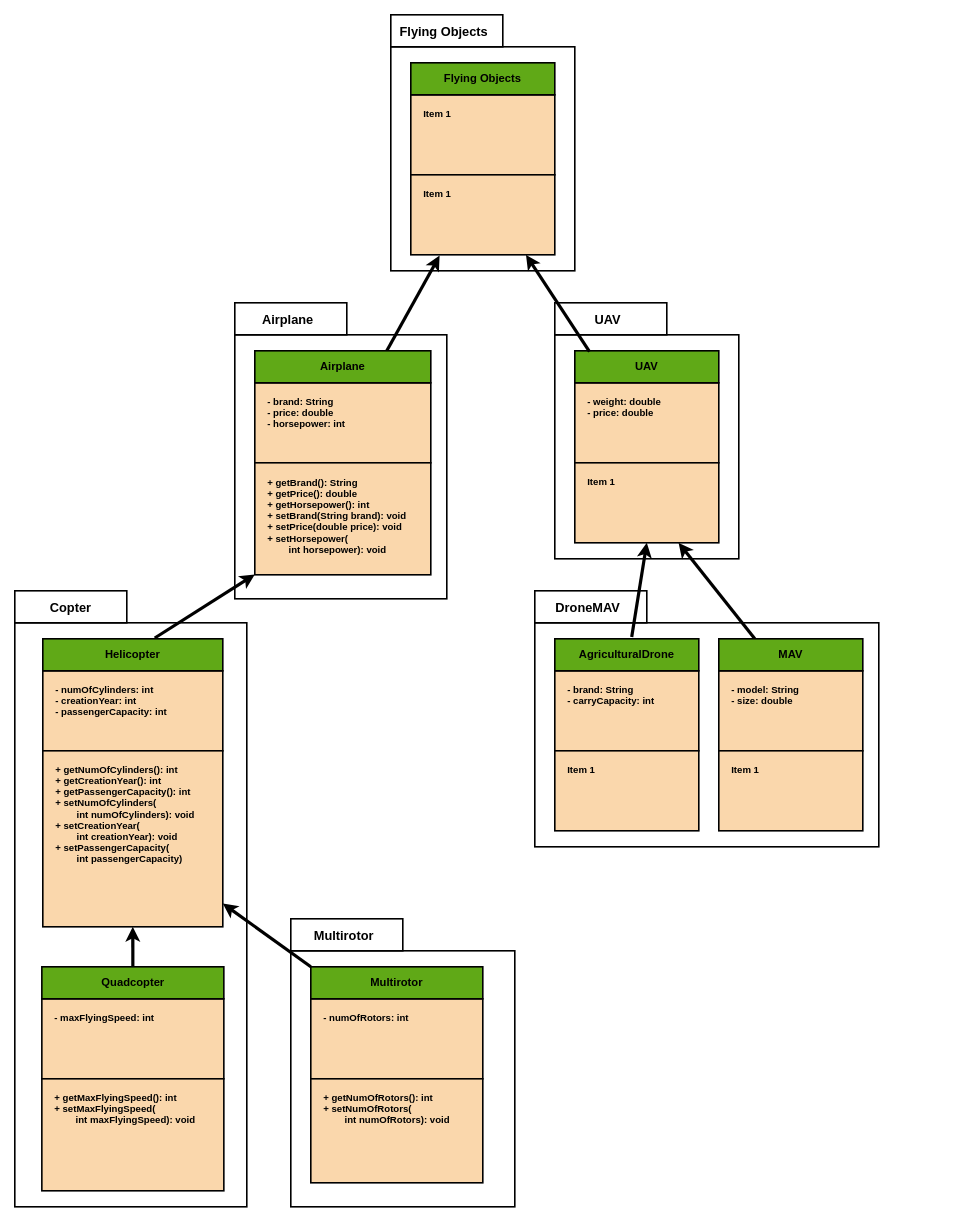
This is UML.drawio from xjetam/Assignment-2-Comp249, a draw.io file, before an edit. Source tidied: cells renumbered, new cells numbered last; positions are measured from the earlier drawing's top-left corner, leaving out a move shared by most shapes. Both pictures are drawn from the tidied source at 80%, with x=0, y=0 at pixel (14, 14).
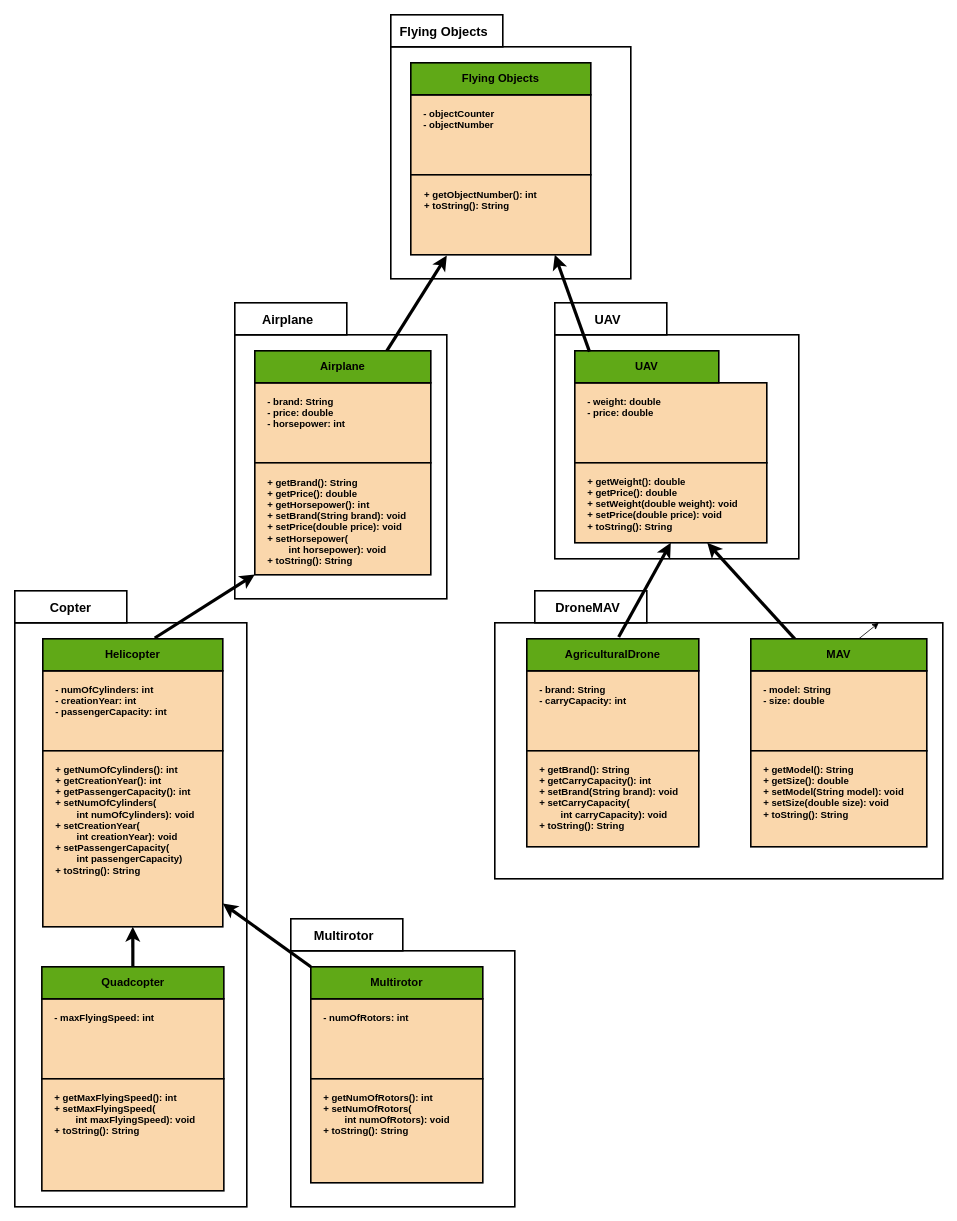
Above is the later version.

Commit message (it also covers changes not shown here):
Added objectNumber attribute to all classes and finished UML

The edit, as a diff of the source:
```diff
@@
+    <mxCell id="5" style="rounded=0;whiteSpace=wrap;html=1;labelBackgroundColor=none;fontColor=#000000;strokeColor=#000000;strokeWidth=2;fillColor=none;" parent="1" vertex="1">
+      <mxGeometry x="470" y="40" width="300" height="290" as="geometry" />
+    </mxCell>
@@
     <mxCell id="3" style="rounded=0;whiteSpace=wrap;html=1;labelBackgroundColor=none;fontColor=#000000;strokeColor=#000000;strokeWidth=2;fillColor=none;" parent="1" vertex="1">
-      <mxGeometry x="650" y="760" width="430" height="280" as="geometry" />
+      <mxGeometry x="600" y="760" width="560" height="320" as="geometry" />
     </mxCell>
@@
-    <mxCell id="5" style="rounded=0;whiteSpace=wrap;html=1;labelBackgroundColor=none;fontColor=#000000;strokeColor=#000000;strokeWidth=2;fillColor=none;" parent="1" vertex="1">
-      <mxGeometry x="470" y="40" width="230" height="280" as="geometry" />
-    </mxCell>
     <mxCell id="6" style="rounded=0;whiteSpace=wrap;html=1;labelBackgroundColor=none;strokeWidth=2;fillColor=#fad7ac;strokeColor=#000000;" parent="1" vertex="1">
-      <mxGeometry x="495" y="100" width="180" height="100" as="geometry" />
+      <mxGeometry x="495" y="100" width="225" height="100" as="geometry" />
     </mxCell>
-    <mxCell id="7" value="Item 1" style="text;strokeColor=none;fillColor=none;align=left;verticalAlign=top;spacingLeft=4;spacingRight=4;overflow=hidden;labelBackgroundColor=none;fontColor=#000000;fontStyle=1;" parent="1" vertex="1">
+    <mxCell id="7" value="- objectCounter&#10;- objectNumber" style="text;strokeColor=none;fillColor=none;align=left;verticalAlign=top;spacingLeft=4;spacingRight=4;overflow=hidden;labelBackgroundColor=none;fontColor=#000000;fontStyle=1;" parent="1" vertex="1">
       <mxGeometry x="505" y="110" width="120" height="80" as="geometry" />
     </mxCell>
     <mxCell id="8" value="&lt;font color=&quot;#000000&quot; size=&quot;1&quot;&gt;&lt;b style=&quot;font-size: 14px&quot;&gt;Flying Objects&lt;/b&gt;&lt;/font&gt;" style="rounded=0;whiteSpace=wrap;html=1;labelBackgroundColor=none;strokeColor=#000000;strokeWidth=2;fillColor=#60a917;fontColor=#ffffff;" parent="1" vertex="1">
-      <mxGeometry x="495" y="60" width="180" height="40" as="geometry" />
+      <mxGeometry x="495" y="60" width="225" height="40" as="geometry" />
     </mxCell>
     <mxCell id="9" style="rounded=0;whiteSpace=wrap;html=1;labelBackgroundColor=none;strokeWidth=2;fillColor=#fad7ac;strokeColor=#000000;" parent="1" vertex="1">
-      <mxGeometry x="495" y="200" width="180" height="100" as="geometry" />
+      <mxGeometry x="495" y="200" width="225" height="100" as="geometry" />
     </mxCell>
-    <mxCell id="10" value="Item 1" style="text;strokeColor=none;fillColor=none;align=left;verticalAlign=top;spacingLeft=4;spacingRight=4;overflow=hidden;labelBackgroundColor=none;fontColor=#000000;fontStyle=1;" parent="1" vertex="1">
-      <mxGeometry x="505" y="210" width="120" height="80" as="geometry" />
+    <mxCell id="10" value="+ getObjectNumber(): int&#10;+ toString(): String" style="text;strokeColor=none;fillColor=none;align=left;verticalAlign=top;spacingLeft=4;spacingRight=4;overflow=hidden;labelBackgroundColor=none;fontColor=#000000;fontStyle=1;" parent="1" vertex="1">
+      <mxGeometry x="506" y="211" width="195" height="80" as="geometry" />
     </mxCell>
@@
     <mxCell id="14" style="rounded=0;whiteSpace=wrap;html=1;labelBackgroundColor=none;fontColor=#000000;strokeColor=#000000;strokeWidth=2;fillColor=none;" parent="1" vertex="1">
-      <mxGeometry x="675" y="400" width="230" height="280" as="geometry" />
+      <mxGeometry x="675" y="400" width="305" height="280" as="geometry" />
     </mxCell>
     <mxCell id="15" style="rounded=0;whiteSpace=wrap;html=1;labelBackgroundColor=none;strokeWidth=2;fillColor=#fad7ac;strokeColor=#000000;" parent="1" vertex="1">
-      <mxGeometry x="700" y="460" width="180" height="100" as="geometry" />
+      <mxGeometry x="700" y="460" width="240" height="100" as="geometry" />
     </mxCell>
@@
     <mxCell id="18" style="rounded=0;whiteSpace=wrap;html=1;labelBackgroundColor=none;strokeWidth=2;fillColor=#fad7ac;strokeColor=#000000;" parent="1" vertex="1">
-      <mxGeometry x="700" y="560" width="180" height="100" as="geometry" />
+      <mxGeometry x="700" y="560" width="240" height="100" as="geometry" />
     </mxCell>
-    <mxCell id="19" value="Item 1" style="text;strokeColor=none;fillColor=none;align=left;verticalAlign=top;spacingLeft=4;spacingRight=4;overflow=hidden;labelBackgroundColor=none;fontColor=#000000;fontStyle=1;" parent="1" vertex="1">
-      <mxGeometry x="710" y="570" width="120" height="80" as="geometry" />
+    <mxCell id="19" value="+ getWeight(): double&#10;+ getPrice(): double&#10;+ setWeight(double weight): void&#10;+ setPrice(double price): void&#10;+ toString(): String" style="text;strokeColor=none;fillColor=none;align=left;verticalAlign=top;spacingLeft=4;spacingRight=4;overflow=hidden;labelBackgroundColor=none;fontColor=#000000;fontStyle=1;" parent="1" vertex="1">
+      <mxGeometry x="710" y="570" width="220" height="80" as="geometry" />
     </mxCell>
@@
-    <mxCell id="28" value="+ getBrand(): String&#10;+ getPrice(): double&#10;+ getHorsepower(): int&#10;+ setBrand(String brand): void&#10;+ setPrice(double price): void&#10;+ setHorsepower(&#10;        int horsepower): void" style="text;strokeColor=none;fillColor=none;align=left;verticalAlign=top;spacingLeft=4;spacingRight=4;overflow=hidden;labelBackgroundColor=none;fontColor=#000000;fontStyle=1;" parent="1" vertex="1">
+    <mxCell id="28" value="+ getBrand(): String&#10;+ getPrice(): double&#10;+ getHorsepower(): int&#10;+ setBrand(String brand): void&#10;+ setPrice(double price): void&#10;+ setHorsepower(&#10;        int horsepower): void&#10;+ toString(): String" style="text;strokeColor=none;fillColor=none;align=left;verticalAlign=top;spacingLeft=4;spacingRight=4;overflow=hidden;labelBackgroundColor=none;fontColor=#000000;fontStyle=1;" parent="1" vertex="1">
       <mxGeometry x="310" y="571" width="200" height="139" as="geometry" />
     </mxCell>
@@
-    <mxCell id="36" value="+ getNumOfCylinders(): int&#10;+ getCreationYear(): int&#10;+ getPassengerCapacity(): int&#10;+ setNumOfCylinders(&#10;        int numOfCylinders): void&#10;+ setCreationYear(&#10;        int creationYear): void&#10;+ setPassengerCapacity(&#10;        int passengerCapacity)" style="text;strokeColor=none;fillColor=none;align=left;verticalAlign=top;spacingLeft=4;spacingRight=4;overflow=hidden;labelBackgroundColor=none;fontColor=#000000;fontStyle=1;" parent="1" vertex="1">
-      <mxGeometry x="45" y="930" width="205" height="150" as="geometry" />
+    <mxCell id="36" value="+ getNumOfCylinders(): int&#10;+ getCreationYear(): int&#10;+ getPassengerCapacity(): int&#10;+ setNumOfCylinders(&#10;        int numOfCylinders): void&#10;+ setCreationYear(&#10;        int creationYear): void&#10;+ setPassengerCapacity(&#10;        int passengerCapacity)&#10;+ toString(): String" style="text;strokeColor=none;fillColor=none;align=left;verticalAlign=top;spacingLeft=4;spacingRight=4;overflow=hidden;labelBackgroundColor=none;fontColor=#000000;fontStyle=1;" parent="1" vertex="1">
+      <mxGeometry x="45" y="930" width="205" height="180" as="geometry" />
     </mxCell>
@@
-    <mxCell id="44" value="+ getMaxFlyingSpeed(): int&#10;+ setMaxFlyingSpeed(&#10;        int maxFlyingSpeed): void" style="text;strokeColor=none;fillColor=none;align=left;verticalAlign=top;spacingLeft=4;spacingRight=4;overflow=hidden;labelBackgroundColor=none;fontColor=#000000;fontStyle=1;" parent="1" vertex="1">
+    <mxCell id="44" value="+ getMaxFlyingSpeed(): int&#10;+ setMaxFlyingSpeed(&#10;        int maxFlyingSpeed): void&#10;+ toString(): String" style="text;strokeColor=none;fillColor=none;align=left;verticalAlign=top;spacingLeft=4;spacingRight=4;overflow=hidden;labelBackgroundColor=none;fontColor=#000000;fontStyle=1;" parent="1" vertex="1">
       <mxGeometry x="43.8" y="1340" width="205" height="80" as="geometry" />
     </mxCell>
     <mxCell id="45" style="rounded=0;whiteSpace=wrap;html=1;labelBackgroundColor=none;strokeWidth=2;fillColor=#fad7ac;strokeColor=#000000;" parent="1" vertex="1">
-      <mxGeometry x="880" y="820" width="180" height="100" as="geometry" />
+      <mxGeometry x="920" y="820" width="220" height="100" as="geometry" />
     </mxCell>
     <mxCell id="46" value="- model: String&#10;- size: double" style="text;strokeColor=none;fillColor=none;align=left;verticalAlign=top;spacingLeft=4;spacingRight=4;overflow=hidden;labelBackgroundColor=none;fontColor=#000000;fontStyle=1;" parent="1" vertex="1">
-      <mxGeometry x="890" y="830" width="155" height="80" as="geometry" />
+      <mxGeometry x="930" y="830" width="155" height="80" as="geometry" />
     </mxCell>
@@
+    <mxCell id="68" style="edgeStyle=none;html=1;" parent="1" edge="1" source="48" target="3">
+      <mxGeometry relative="1" as="geometry" />
+    </mxCell>
     <mxCell id="48" value="&lt;font color=&quot;#000000&quot; size=&quot;1&quot;&gt;&lt;b style=&quot;font-size: 14px&quot;&gt;MAV&lt;/b&gt;&lt;/font&gt;" style="rounded=0;whiteSpace=wrap;html=1;labelBackgroundColor=none;strokeColor=#000000;strokeWidth=2;fillColor=#60a917;fontColor=#ffffff;" parent="1" vertex="1">
-      <mxGeometry x="880" y="780" width="180" height="40" as="geometry" />
+      <mxGeometry x="920" y="780" width="220" height="40" as="geometry" />
     </mxCell>
     <mxCell id="49" style="rounded=0;whiteSpace=wrap;html=1;labelBackgroundColor=none;strokeWidth=2;fillColor=#fad7ac;strokeColor=#000000;" parent="1" vertex="1">
-      <mxGeometry x="880" y="920" width="180" height="100" as="geometry" />
+      <mxGeometry x="920" y="920" width="220" height="120" as="geometry" />
     </mxCell>
-    <mxCell id="50" value="Item 1" style="text;strokeColor=none;fillColor=none;align=left;verticalAlign=top;spacingLeft=4;spacingRight=4;overflow=hidden;labelBackgroundColor=none;fontColor=#000000;fontStyle=1;" parent="1" vertex="1">
-      <mxGeometry x="890" y="930" width="120" height="80" as="geometry" />
+    <mxCell id="50" value="+ getModel(): String&#10;+ getSize(): double&#10;+ setModel(String model): void&#10;+ setSize(double size): void&#10;+ toString(): String&#10;" style="text;strokeColor=none;fillColor=none;align=left;verticalAlign=top;spacingLeft=4;spacingRight=4;overflow=hidden;labelBackgroundColor=none;fontColor=#000000;fontStyle=1;" parent="1" vertex="1">
+      <mxGeometry x="930" y="930" width="200" height="100" as="geometry" />
     </mxCell>
@@
-    <mxCell id="57" value="+ getNumOfRotors(): int&#10;+ setNumOfRotors(&#10;        int numOfRotors): void" style="text;strokeColor=none;fillColor=none;align=left;verticalAlign=top;spacingLeft=4;spacingRight=4;overflow=hidden;labelBackgroundColor=none;fontColor=#000000;fontStyle=1;" parent="1" vertex="1">
+    <mxCell id="57" value="+ getNumOfRotors(): int&#10;+ setNumOfRotors(&#10;        int numOfRotors): void&#10;+ toString(): String" style="text;strokeColor=none;fillColor=none;align=left;verticalAlign=top;spacingLeft=4;spacingRight=4;overflow=hidden;labelBackgroundColor=none;fontColor=#000000;fontStyle=1;" parent="1" vertex="1">
       <mxGeometry x="380" y="1340" width="185" height="100" as="geometry" />
     </mxCell>
@@
     <mxCell id="60" style="rounded=0;whiteSpace=wrap;html=1;labelBackgroundColor=none;strokeWidth=2;fillColor=#fad7ac;strokeColor=#000000;" parent="1" vertex="1">
-      <mxGeometry x="675" y="820" width="180" height="100" as="geometry" />
+      <mxGeometry x="640" y="820" width="215" height="100" as="geometry" />
     </mxCell>
     <mxCell id="61" value="- brand: String&#10;- carryCapacity: int" style="text;strokeColor=none;fillColor=none;align=left;verticalAlign=top;spacingLeft=4;spacingRight=4;overflow=hidden;labelBackgroundColor=none;fontColor=#000000;fontStyle=1;" parent="1" vertex="1">
-      <mxGeometry x="685" y="830" width="145" height="80" as="geometry" />
+      <mxGeometry x="650" y="830" width="180" height="80" as="geometry" />
     </mxCell>
@@
     <mxCell id="63" value="&lt;font color=&quot;#000000&quot; size=&quot;1&quot;&gt;&lt;b style=&quot;font-size: 14px&quot;&gt;AgriculturalDrone&lt;/b&gt;&lt;/font&gt;" style="rounded=0;whiteSpace=wrap;html=1;labelBackgroundColor=none;strokeColor=#000000;strokeWidth=2;fillColor=#60a917;fontColor=#ffffff;" parent="1" vertex="1">
-      <mxGeometry x="675" y="780" width="180" height="40" as="geometry" />
+      <mxGeometry x="640" y="780" width="215" height="40" as="geometry" />
     </mxCell>
     <mxCell id="64" style="rounded=0;whiteSpace=wrap;html=1;labelBackgroundColor=none;strokeWidth=2;fillColor=#fad7ac;strokeColor=#000000;" parent="1" vertex="1">
-      <mxGeometry x="675" y="920" width="180" height="100" as="geometry" />
+      <mxGeometry x="640" y="920" width="215" height="120" as="geometry" />
     </mxCell>
-    <mxCell id="65" value="Item 1" style="text;strokeColor=none;fillColor=none;align=left;verticalAlign=top;spacingLeft=4;spacingRight=4;overflow=hidden;labelBackgroundColor=none;fontColor=#000000;fontStyle=1;" parent="1" vertex="1">
-      <mxGeometry x="685" y="930" width="120" height="80" as="geometry" />
+    <mxCell id="65" value="+ getBrand(): String&#10;+ getCarryCapacity(): int&#10;+ setBrand(String brand): void&#10;+ setCarryCapacity(&#10;        int carryCapacity): void&#10;+ toString(): String&#10;" style="text;strokeColor=none;fillColor=none;align=left;verticalAlign=top;spacingLeft=4;spacingRight=4;overflow=hidden;labelBackgroundColor=none;fontColor=#000000;fontStyle=1;" parent="1" vertex="1">
+      <mxGeometry x="650" y="930" width="190" height="100" as="geometry" />
     </mxCell>
```
